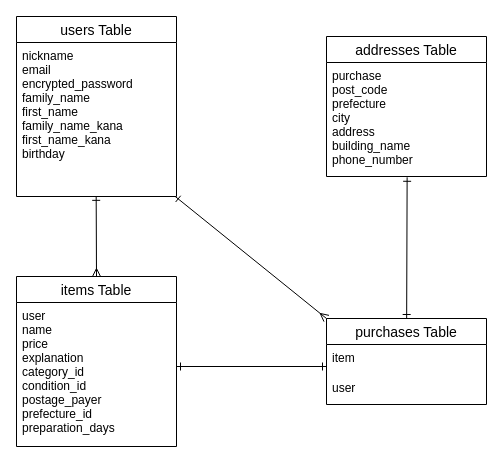
This is app.dio from chiaki-taro/furima-40363, a draw.io file, before an edit. Source tidied: cells renumbered, new cells numbered last; positions are measured from the earlier drawing's top-left corner, leaving out a move shared by most shapes. Both pictures are drawn from the tidied source at 100%, with x=0, y=0 at pixel (16, 16).
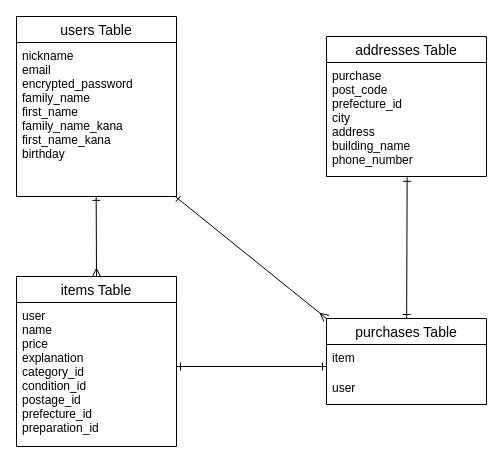
The same diagram, later.

Commit message (it also covers changes not shown here):
DB設計再修正

The edit, as a diff of the source:
```diff
@@
 <mxGraphModel>
   <root>
     <mxCell id="0" />
     <mxCell id="1" parent="0" />
     <mxCell id="2" value="users Table" style="swimlane;fontStyle=0;horizontal=1;startSize=26;align=center;fontSize=14;" parent="1" vertex="1">
       <mxGeometry width="160" height="180" as="geometry" />
     </mxCell>
     <mxCell id="3" value="nickname&#10;email&#10;encrypted_password&#10;family_name&#10;first_name&#10;family_name_kana&#10;first_name_kana&#10;birthday&#10;" style="text;strokeColor=none;fillColor=none;spacingLeft=4;spacingRight=4;overflow=hidden;points=[[0,0.5],[1,0.5]];portConstraint=eastwest;fontSize=12;" parent="2" vertex="1">
       <mxGeometry y="26" width="160" height="154" as="geometry" />
     </mxCell>
     <mxCell id="4" style="edgeStyle=none;html=1;endArrow=ERone;endFill=0;entryX=0.498;entryY=0.999;entryDx=0;entryDy=0;entryPerimeter=0;startArrow=ERmany;startFill=0;" parent="1" edge="1" target="3">
       <mxGeometry relative="1" as="geometry">
         <mxPoint x="80" y="260" as="sourcePoint" />
       </mxGeometry>
     </mxCell>
     <mxCell id="5" value="items Table" style="swimlane;fontStyle=0;horizontal=1;startSize=26;align=center;fontSize=14;" parent="1" vertex="1">
       <mxGeometry y="260" width="160" height="170" as="geometry" />
     </mxCell>
-    <mxCell id="6" value="user&#10;name&#10;price&#10;explanation&#10;category_id&#10;condition_id&#10;postage_payer&#10;prefecture_id&#10;preparation_days&#10;" style="text;strokeColor=none;fillColor=none;spacingLeft=4;spacingRight=4;overflow=hidden;fontSize=12;rounded=1;" parent="5" vertex="1">
+    <mxCell id="6" value="user&#10;name&#10;price&#10;explanation&#10;category_id&#10;condition_id&#10;postage_id&#10;prefecture_id&#10;preparation_id&#10;" style="text;strokeColor=none;fillColor=none;spacingLeft=4;spacingRight=4;overflow=hidden;fontSize=12;rounded=1;" parent="5" vertex="1">
       <mxGeometry y="26" width="160" height="144" as="geometry" />
     </mxCell>
     <mxCell id="7" value="addresses Table" style="swimlane;fontStyle=0;horizontal=1;startSize=26;align=center;fontSize=14;rounded=0;" parent="1" vertex="1">
       <mxGeometry x="310" y="20" width="160" height="140" as="geometry" />
     </mxCell>
-    <mxCell id="8" value="purchase&#10;post_code&#10;prefecture&#10;city&#10;address&#10;building_name&#10;phone_number&#10;&#10;&#10;&#10;" style="text;strokeColor=none;fillColor=none;spacingLeft=4;spacingRight=4;overflow=hidden;points=[[0,0.5],[1,0.5]];portConstraint=eastwest;fontSize=12;rounded=1;" parent="7" vertex="1">
+    <mxCell id="8" value="purchase&#10;post_code&#10;prefecture_id&#10;city&#10;address&#10;building_name&#10;phone_number&#10;&#10;&#10;&#10;" style="text;strokeColor=none;fillColor=none;spacingLeft=4;spacingRight=4;overflow=hidden;points=[[0,0.5],[1,0.5]];portConstraint=eastwest;fontSize=12;rounded=1;" parent="7" vertex="1">
       <mxGeometry y="26" width="160" height="114" as="geometry" />
     </mxCell>
     <mxCell id="9" style="edgeStyle=none;html=1;entryX=0.504;entryY=1.007;entryDx=0;entryDy=0;entryPerimeter=0;startArrow=ERone;startFill=0;endArrow=ERone;endFill=0;" parent="1" edge="1" source="10" target="8">
       <mxGeometry relative="1" as="geometry" />
     </mxCell>
     <mxCell id="10" value="purchases Table" style="swimlane;fontStyle=0;horizontal=1;startSize=26;align=center;fontSize=14;rounded=0;" parent="1" vertex="1">
       <mxGeometry x="310" y="302" width="160" height="86" as="geometry" />
     </mxCell>
     <mxCell id="11" value="item" style="text;strokeColor=none;fillColor=none;spacingLeft=4;spacingRight=4;overflow=hidden;fontSize=12;rounded=0;" parent="10" vertex="1">
       <mxGeometry y="26" width="160" height="30" as="geometry" />
     </mxCell>
     <mxCell id="12" value="user" style="text;strokeColor=none;fillColor=none;spacingLeft=4;spacingRight=4;overflow=hidden;fontSize=12;rounded=0;" parent="10" vertex="1">
       <mxGeometry y="56" width="160" height="30" as="geometry" />
     </mxCell>
     <mxCell id="13" style="edgeStyle=none;html=1;endArrow=ERmany;endFill=0;startArrow=ERone;startFill=0;entryX=0;entryY=0;entryDx=0;entryDy=0;exitX=0.991;exitY=0.999;exitDx=0;exitDy=0;exitPerimeter=0;" parent="1" edge="1" source="3" target="10">
       <mxGeometry relative="1" as="geometry" />
     </mxCell>
     <mxCell id="14" style="edgeStyle=none;html=1;endArrow=ERone;endFill=0;startArrow=ERone;startFill=0;" parent="1" edge="1">
       <mxGeometry relative="1" as="geometry">
         <mxPoint x="160" y="350" as="sourcePoint" />
         <mxPoint x="310" y="350" as="targetPoint" />
       </mxGeometry>
     </mxCell>
   </root>
 </mxGraphModel>
```
